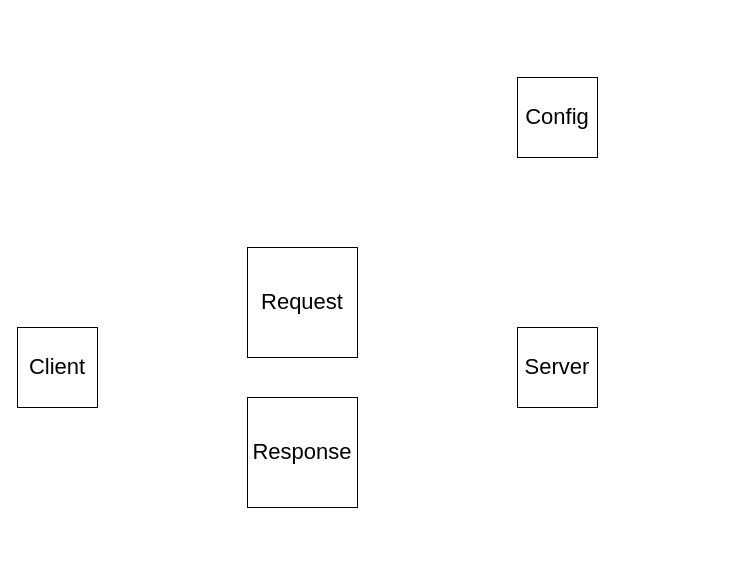
Before: Webserv.drawio in smatthes42berlin/webserv, a draw.io diagram. Source tidied: cells renumbered, new cells numbered last; positions are measured from the earlier drawing's top-left corner, leaving out a move shared by most shapes. Both pictures are drawn from the tidied source at 100%, with x=0, y=0 at pixel (17, 77).
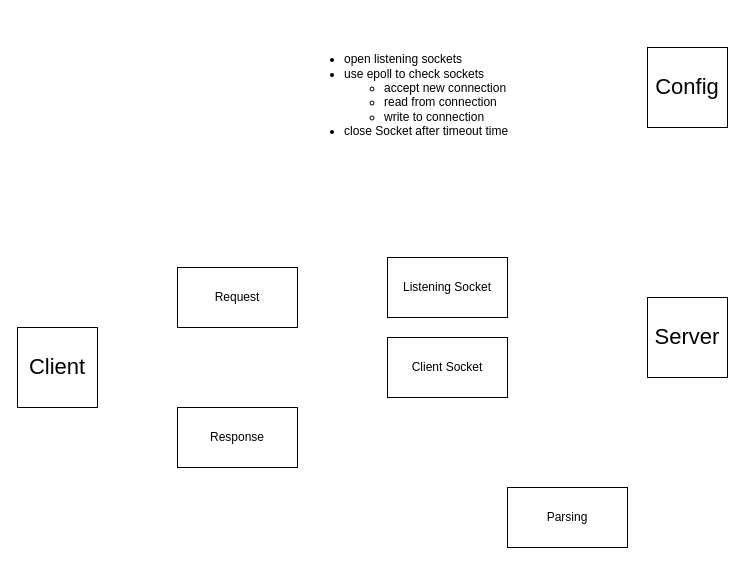
Above is the later version.

What changed in the source:
```diff
@@
 <mxGraphModel>
   <root>
     <mxCell id="0" />
     <mxCell id="1" parent="0" />
     <mxCell id="2" value="Client" style="whiteSpace=wrap;html=1;fontSize=22;" parent="1" vertex="1">
       <mxGeometry y="250" width="80" height="80" as="geometry" />
     </mxCell>
     <mxCell id="3" value="Server" style="whiteSpace=wrap;html=1;fontSize=22;" parent="1" vertex="1">
-      <mxGeometry x="500" y="250" width="80" height="80" as="geometry" />
+      <mxGeometry x="630" y="220" width="80" height="80" as="geometry" />
     </mxCell>
     <mxCell id="4" value="Config" style="whiteSpace=wrap;html=1;fontSize=22;" parent="1" vertex="1">
-      <mxGeometry x="500" width="80" height="80" as="geometry" />
+      <mxGeometry x="630" y="-30" width="80" height="80" as="geometry" />
     </mxCell>
-    <mxCell id="5" value="Request" style="whiteSpace=wrap;html=1;fontSize=22;" parent="1" vertex="1">
-      <mxGeometry x="230" y="170" width="110" height="110" as="geometry" />
+    <mxCell id="5" value="Request" style="rounded=0;whiteSpace=wrap;html=1;" parent="1" vertex="1">
+      <mxGeometry x="160" y="190" width="120" height="60" as="geometry" />
     </mxCell>
-    <mxCell id="6" value="Response" style="whiteSpace=wrap;html=1;fontSize=22;" parent="1" vertex="1">
-      <mxGeometry x="230" y="320" width="110" height="110" as="geometry" />
+    <mxCell id="6" value="Response" style="rounded=0;whiteSpace=wrap;html=1;" parent="1" vertex="1">
+      <mxGeometry x="160" y="330" width="120" height="60" as="geometry" />
     </mxCell>
+    <mxCell id="7" value="Parsing" style="rounded=0;whiteSpace=wrap;html=1;" parent="1" vertex="1">
+      <mxGeometry x="490" y="410" width="120" height="60" as="geometry" />
+    </mxCell>
+    <mxCell id="8" value="Listening Socket" style="rounded=0;whiteSpace=wrap;html=1;" parent="1" vertex="1">
+      <mxGeometry x="370" y="180" width="120" height="60" as="geometry" />
+    </mxCell>
+    <mxCell id="9" value="Client Socket" style="rounded=0;whiteSpace=wrap;html=1;" parent="1" vertex="1">
+      <mxGeometry x="370" y="260" width="120" height="60" as="geometry" />
+    </mxCell>
+    <mxCell id="10" value="&lt;ul&gt;&lt;li&gt;open listening sockets&lt;/li&gt;&lt;li&gt;use epoll to check sockets&lt;/li&gt;&lt;ul&gt;&lt;li&gt;accept new connection&lt;/li&gt;&lt;li&gt;read from connection&lt;/li&gt;&lt;li&gt;write to connection&lt;/li&gt;&lt;/ul&gt;&lt;li&gt;close Socket after timeout time&lt;/li&gt;&lt;/ul&gt;&lt;div&gt;&lt;br&gt;&lt;/div&gt;" style="text;html=1;align=left;verticalAlign=middle;whiteSpace=wrap;rounded=0;" parent="1" vertex="1">
+      <mxGeometry x="285" y="-60" width="305" height="170" as="geometry" />
+    </mxCell>
   </root>
 </mxGraphModel>
```
